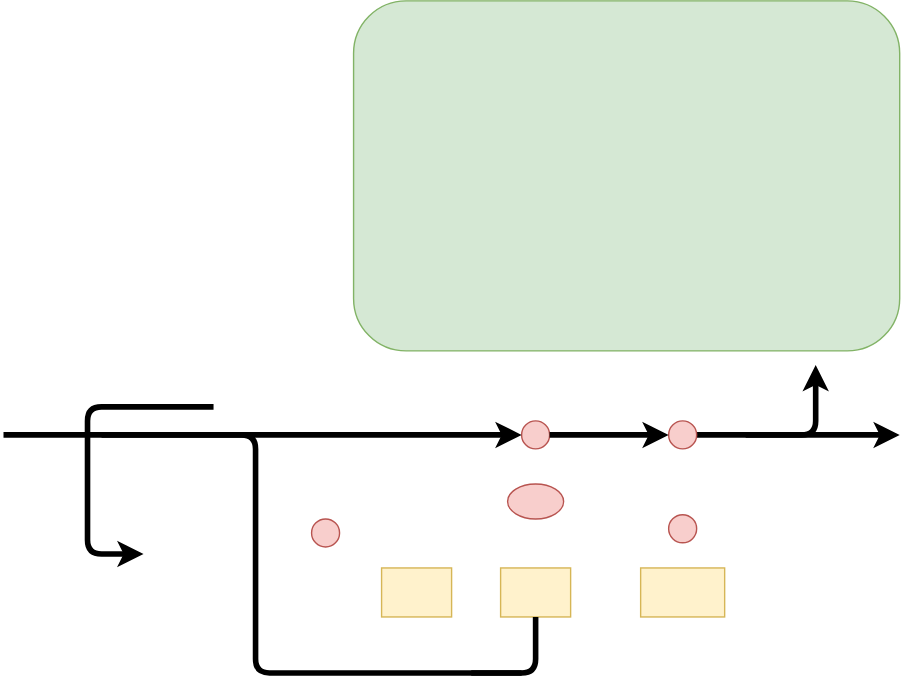
Before: img/Untitled Diagram.svg, a diagram exported from draw.io (zhangxixi0904/ImgHouse). Source tidied: cells renumbered, new cells last; positions are measured from the earlier drawing's top-left corner, leaving out a move shared by most shapes. Source of this version:
```xml
<mxGraphModel>
  <root>
    <mxCell id="0" />
    <mxCell id="1" parent="0" />
    <mxCell id="2" style="rounded=1;whiteSpace=wrap;html=1;fillColor=#d5e8d4;strokeColor=#82b366;" parent="1" vertex="1">
      <mxGeometry x="250" width="390" height="250" as="geometry" />
    </mxCell>
    <mxCell id="3" style="endArrow=classic;html=1;strokeWidth=4;" parent="1" edge="1" source="11">
      <mxGeometry relative="1" as="geometry">
        <mxPoint x="640" y="310" as="targetPoint" />
      </mxGeometry>
    </mxCell>
    <mxCell id="4" style="edgeStyle=segmentEdgeStyle;endArrow=classic;html=1;strokeWidth=4;" parent="1" edge="1">
      <mxGeometry relative="1" as="geometry">
        <mxPoint x="530" y="310" as="sourcePoint" />
        <mxPoint x="580" y="260" as="targetPoint" />
      </mxGeometry>
    </mxCell>
    <mxCell id="5" style="rounded=0;whiteSpace=wrap;html=1;fillColor=#fff2cc;strokeColor=#d6b656;" parent="1" vertex="1">
      <mxGeometry x="355" y="405" width="50" height="35" as="geometry" />
    </mxCell>
    <mxCell id="6" style="rounded=0;whiteSpace=wrap;html=1;fillColor=#fff2cc;strokeColor=#d6b656;" parent="1" vertex="1">
      <mxGeometry x="455" y="405" width="60" height="35" as="geometry" />
    </mxCell>
    <mxCell id="7" style="rounded=0;whiteSpace=wrap;html=1;fillColor=#fff2cc;strokeColor=#d6b656;" parent="1" vertex="1">
      <mxGeometry x="270" y="405" width="50" height="35" as="geometry" />
    </mxCell>
    <mxCell id="8" style="ellipse;whiteSpace=wrap;html=1;fillColor=#f8cecc;strokeColor=#b85450;" parent="1" vertex="1">
      <mxGeometry x="220" y="370" width="20" height="20" as="geometry" />
    </mxCell>
    <mxCell id="9" style="ellipse;whiteSpace=wrap;html=1;fillColor=#f8cecc;strokeColor=#b85450;" parent="1" vertex="1">
      <mxGeometry x="370" y="300" width="20" height="20" as="geometry" />
    </mxCell>
    <mxCell id="10" style="endArrow=classic;html=1;strokeWidth=4;" parent="1" edge="1" target="9">
      <mxGeometry relative="1" as="geometry">
        <mxPoint x="70" y="310" as="sourcePoint" />
      </mxGeometry>
    </mxCell>
    <mxCell id="11" style="ellipse;whiteSpace=wrap;html=1;fillColor=#f8cecc;strokeColor=#b85450;" parent="1" vertex="1">
      <mxGeometry x="475" y="300" width="20" height="20" as="geometry" />
    </mxCell>
    <mxCell id="12" style="endArrow=classic;html=1;strokeWidth=4;" parent="1" edge="1" source="9" target="11">
      <mxGeometry relative="1" as="geometry" />
    </mxCell>
    <mxCell id="13" style="ellipse;whiteSpace=wrap;html=1;fillColor=#f8cecc;strokeColor=#b85450;" parent="1" vertex="1">
      <mxGeometry x="360" y="345" width="40" height="25" as="geometry" />
    </mxCell>
    <mxCell id="14" style="ellipse;whiteSpace=wrap;html=1;fillColor=#f8cecc;strokeColor=#b85450;" parent="1" vertex="1">
      <mxGeometry x="475" y="367" width="20" height="20" as="geometry" />
    </mxCell>
    <mxCell id="15" style="edgeStyle=elbowEdgeStyle;elbow=horizontal;endArrow=classic;html=1;strokeWidth=4;" parent="1" edge="1">
      <mxGeometry relative="1" as="geometry">
        <mxPoint x="150" y="290" as="sourcePoint" />
        <mxPoint x="100" y="395" as="targetPoint" />
        <Array as="points">
          <mxPoint x="60" y="230" />
          <mxPoint x="140" y="300" />
        </Array>
      </mxGeometry>
    </mxCell>
    <mxCell id="16" style="edgeStyle=elbowEdgeStyle;endArrow=none;html=1;strokeWidth=4;endFill=0;" parent="1" edge="1">
      <mxGeometry relative="1" as="geometry">
        <mxPoint y="310" as="sourcePoint" />
        <mxPoint x="370" y="480" as="targetPoint" />
        <Array as="points">
          <mxPoint x="180" y="430" />
          <mxPoint x="40" y="470" />
        </Array>
      </mxGeometry>
    </mxCell>
    <mxCell id="17" style="edgeStyle=segmentEdgeStyle;endArrow=none;html=1;strokeWidth=4;endFill=0;" parent="1" edge="1">
      <mxGeometry relative="1" as="geometry">
        <mxPoint x="334" y="480" as="sourcePoint" />
        <mxPoint x="380" y="440" as="targetPoint" />
      </mxGeometry>
    </mxCell>
  </root>
</mxGraphModel>
```
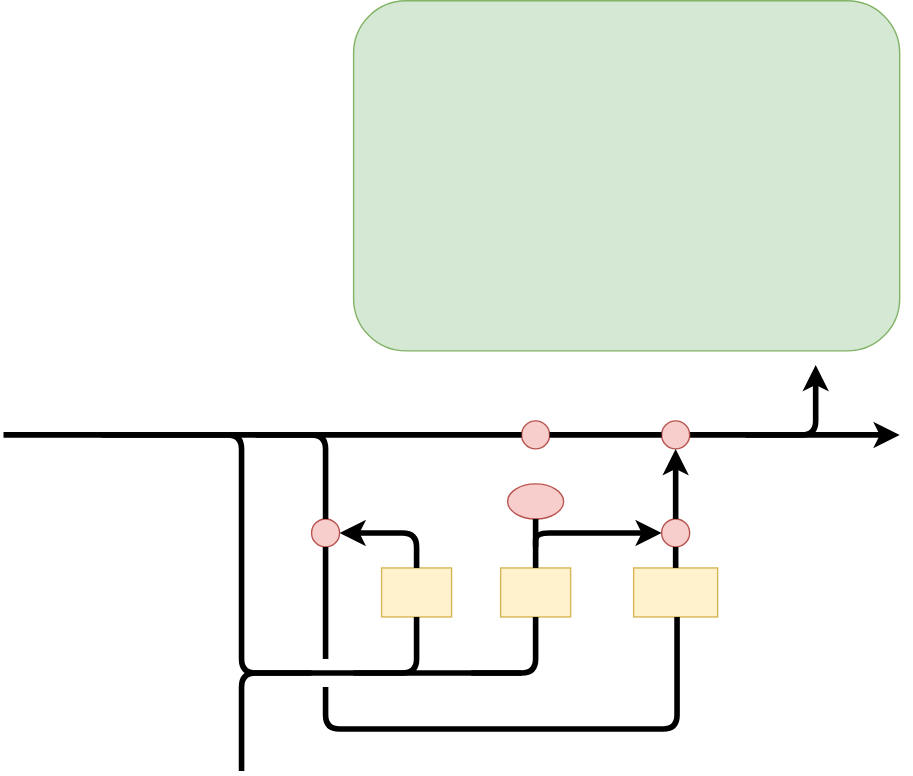
After the commit.

Commit message:
GRU base sturcture.svg

The edit, as a diff of the source:
```diff
@@ -20,7 +20,7 @@
       <mxGeometry x="355" y="405" width="50" height="35" as="geometry" />
     </mxCell>
     <mxCell id="6" style="rounded=0;whiteSpace=wrap;html=1;fillColor=#fff2cc;strokeColor=#d6b656;" parent="1" vertex="1">
-      <mxGeometry x="455" y="405" width="60" height="35" as="geometry" />
+      <mxGeometry x="450" y="405" width="60" height="35" as="geometry" />
     </mxCell>
     <mxCell id="7" style="rounded=0;whiteSpace=wrap;html=1;fillColor=#fff2cc;strokeColor=#d6b656;" parent="1" vertex="1">
       <mxGeometry x="270" y="405" width="50" height="35" as="geometry" />
@@ -31,39 +31,29 @@
     <mxCell id="9" style="ellipse;whiteSpace=wrap;html=1;fillColor=#f8cecc;strokeColor=#b85450;" parent="1" vertex="1">
       <mxGeometry x="370" y="300" width="20" height="20" as="geometry" />
     </mxCell>
-    <mxCell id="10" style="endArrow=classic;html=1;strokeWidth=4;" parent="1" edge="1" target="9">
+    <mxCell id="10" style="endArrow=none;html=1;strokeWidth=4;endFill=0;" parent="1" edge="1" target="9">
       <mxGeometry relative="1" as="geometry">
         <mxPoint x="70" y="310" as="sourcePoint" />
       </mxGeometry>
     </mxCell>
     <mxCell id="11" style="ellipse;whiteSpace=wrap;html=1;fillColor=#f8cecc;strokeColor=#b85450;" parent="1" vertex="1">
-      <mxGeometry x="475" y="300" width="20" height="20" as="geometry" />
+      <mxGeometry x="470" y="300" width="20" height="20" as="geometry" />
     </mxCell>
-    <mxCell id="12" style="endArrow=classic;html=1;strokeWidth=4;" parent="1" edge="1" source="9" target="11">
+    <mxCell id="12" style="endArrow=none;html=1;strokeWidth=4;endFill=0;" parent="1" edge="1" source="9" target="11">
       <mxGeometry relative="1" as="geometry" />
     </mxCell>
     <mxCell id="13" style="ellipse;whiteSpace=wrap;html=1;fillColor=#f8cecc;strokeColor=#b85450;" parent="1" vertex="1">
       <mxGeometry x="360" y="345" width="40" height="25" as="geometry" />
     </mxCell>
     <mxCell id="14" style="ellipse;whiteSpace=wrap;html=1;fillColor=#f8cecc;strokeColor=#b85450;" parent="1" vertex="1">
-      <mxGeometry x="475" y="367" width="20" height="20" as="geometry" />
+      <mxGeometry x="470" y="370" width="20" height="20" as="geometry" />
     </mxCell>
-    <mxCell id="15" style="edgeStyle=elbowEdgeStyle;elbow=horizontal;endArrow=classic;html=1;strokeWidth=4;" parent="1" edge="1">
-      <mxGeometry relative="1" as="geometry">
-        <mxPoint x="150" y="290" as="sourcePoint" />
-        <mxPoint x="100" y="395" as="targetPoint" />
-        <Array as="points">
-          <mxPoint x="60" y="230" />
-          <mxPoint x="140" y="300" />
-        </Array>
-      </mxGeometry>
-    </mxCell>
     <mxCell id="16" style="edgeStyle=elbowEdgeStyle;endArrow=none;html=1;strokeWidth=4;endFill=0;" parent="1" edge="1">
       <mxGeometry relative="1" as="geometry">
         <mxPoint y="310" as="sourcePoint" />
         <mxPoint x="370" y="480" as="targetPoint" />
         <Array as="points">
-          <mxPoint x="180" y="430" />
+          <mxPoint x="170" y="390" />
           <mxPoint x="40" y="470" />
         </Array>
       </mxGeometry>
@@ -74,5 +64,62 @@
         <mxPoint x="380" y="440" as="targetPoint" />
       </mxGeometry>
     </mxCell>
+    <mxCell id="18" style="line;strokeWidth=4;direction=south;html=1;perimeter=backbonePerimeter;" parent="1" vertex="1">
+      <mxGeometry x="375" y="370" width="10" height="35" as="geometry" />
+    </mxCell>
+    <mxCell id="19" style="endArrow=classic;html=1;strokeWidth=4;edgeStyle=orthogonalEdgeStyle;entryX=0;entryY=0.5;entryDx=0;entryDy=0;" parent="1" edge="1" target="14">
+      <mxGeometry relative="1" as="geometry">
+        <mxPoint x="380" y="390" as="sourcePoint" />
+        <Array as="points">
+          <mxPoint x="380" y="380" />
+        </Array>
+      </mxGeometry>
+    </mxCell>
+    <mxCell id="20" style="line;strokeWidth=4;direction=south;html=1;perimeter=backbonePerimeter;" parent="1" vertex="1">
+      <mxGeometry x="475" y="390" width="10" height="15" as="geometry" />
+    </mxCell>
+    <mxCell id="21" style="endArrow=classic;html=1;strokeWidth=4;exitX=0.5;exitY=0;exitDx=0;exitDy=0;entryX=0.5;entryY=1;entryDx=0;entryDy=0;" parent="1" edge="1" source="14" target="11">
+      <mxGeometry relative="1" as="geometry" />
+    </mxCell>
+    <mxCell id="22" style="edgeStyle=segmentEdgeStyle;endArrow=none;html=1;strokeWidth=4;endFill=0;" parent="1" edge="1">
+      <mxGeometry relative="1" as="geometry">
+        <mxPoint x="170" y="550" as="sourcePoint" />
+        <mxPoint x="220" y="480" as="targetPoint" />
+        <Array as="points">
+          <mxPoint x="170" y="480" />
+        </Array>
+      </mxGeometry>
+    </mxCell>
+    <mxCell id="23" style="edgeStyle=orthogonalEdgeStyle;endArrow=none;html=1;strokeWidth=4;endFill=0;entryX=0.5;entryY=0;entryDx=0;entryDy=0;" parent="1" edge="1" target="8">
+      <mxGeometry relative="1" as="geometry">
+        <mxPoint x="180" y="310" as="sourcePoint" />
+      </mxGeometry>
+    </mxCell>
+    <mxCell id="24" style="line;strokeWidth=4;direction=south;html=1;perimeter=backbonePerimeter;" parent="1" vertex="1">
+      <mxGeometry x="225" y="390" width="10" height="80" as="geometry" />
+    </mxCell>
+    <mxCell id="25" style="edgeStyle=segmentEdgeStyle;endArrow=none;html=1;strokeWidth=4;endFill=0;" parent="1" edge="1">
+      <mxGeometry relative="1" as="geometry">
+        <mxPoint x="230" y="490" as="sourcePoint" />
+        <mxPoint x="481" y="440" as="targetPoint" />
+        <Array as="points">
+          <mxPoint x="230" y="520" />
+          <mxPoint x="481" y="520" />
+        </Array>
+      </mxGeometry>
+    </mxCell>
+    <mxCell id="26" style="edgeStyle=segmentEdgeStyle;endArrow=none;html=1;strokeWidth=4;entryX=0.5;entryY=1;entryDx=0;entryDy=0;endFill=0;" parent="1" edge="1" target="7">
+      <mxGeometry relative="1" as="geometry">
+        <mxPoint x="250" y="480" as="sourcePoint" />
+      </mxGeometry>
+    </mxCell>
+    <mxCell id="27" style="edgeStyle=segmentEdgeStyle;endArrow=classic;html=1;strokeWidth=4;exitX=0.5;exitY=0;exitDx=0;exitDy=0;" parent="1" edge="1" source="7">
+      <mxGeometry relative="1" as="geometry">
+        <mxPoint x="240" y="380" as="targetPoint" />
+        <Array as="points">
+          <mxPoint x="295" y="380" />
+        </Array>
+      </mxGeometry>
+    </mxCell>
   </root>
 </mxGraphModel>
```
